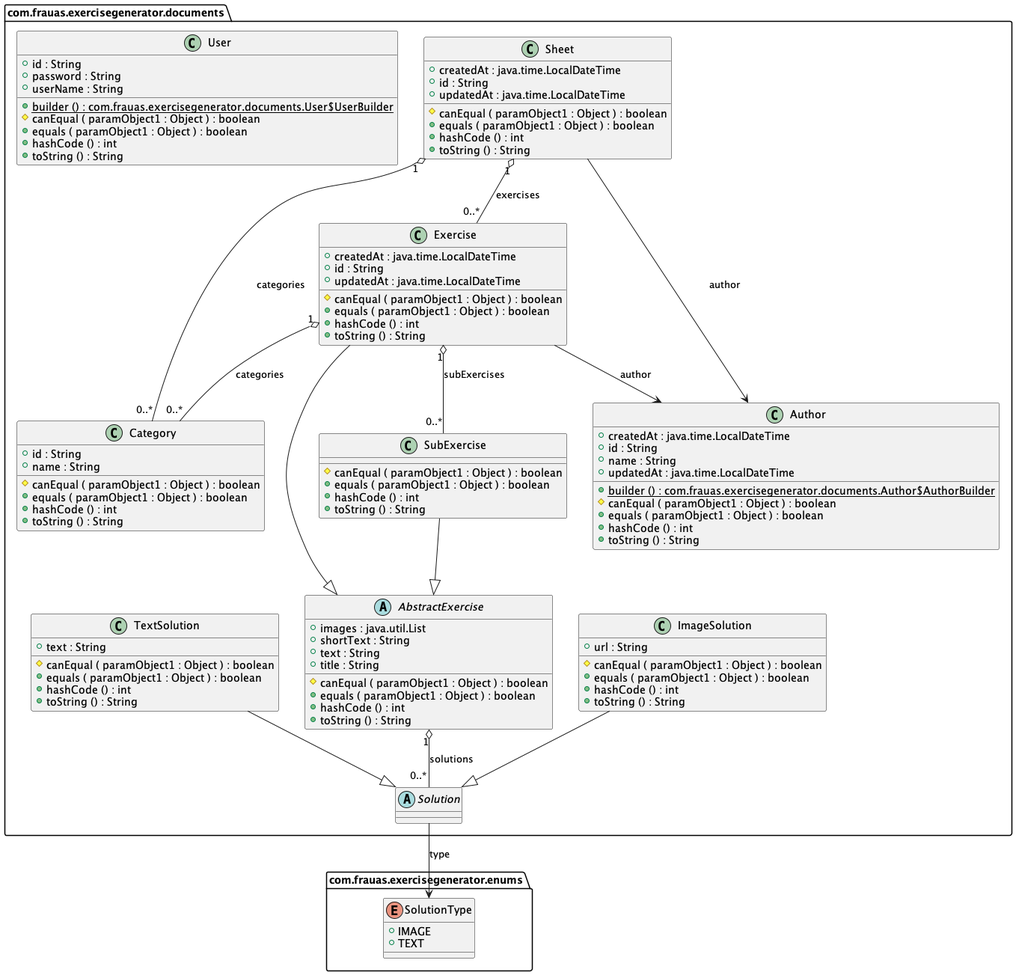
Above: doc/diagram.png in CarlaHofmann/exercise-generator-be (PlantUML), before the change.
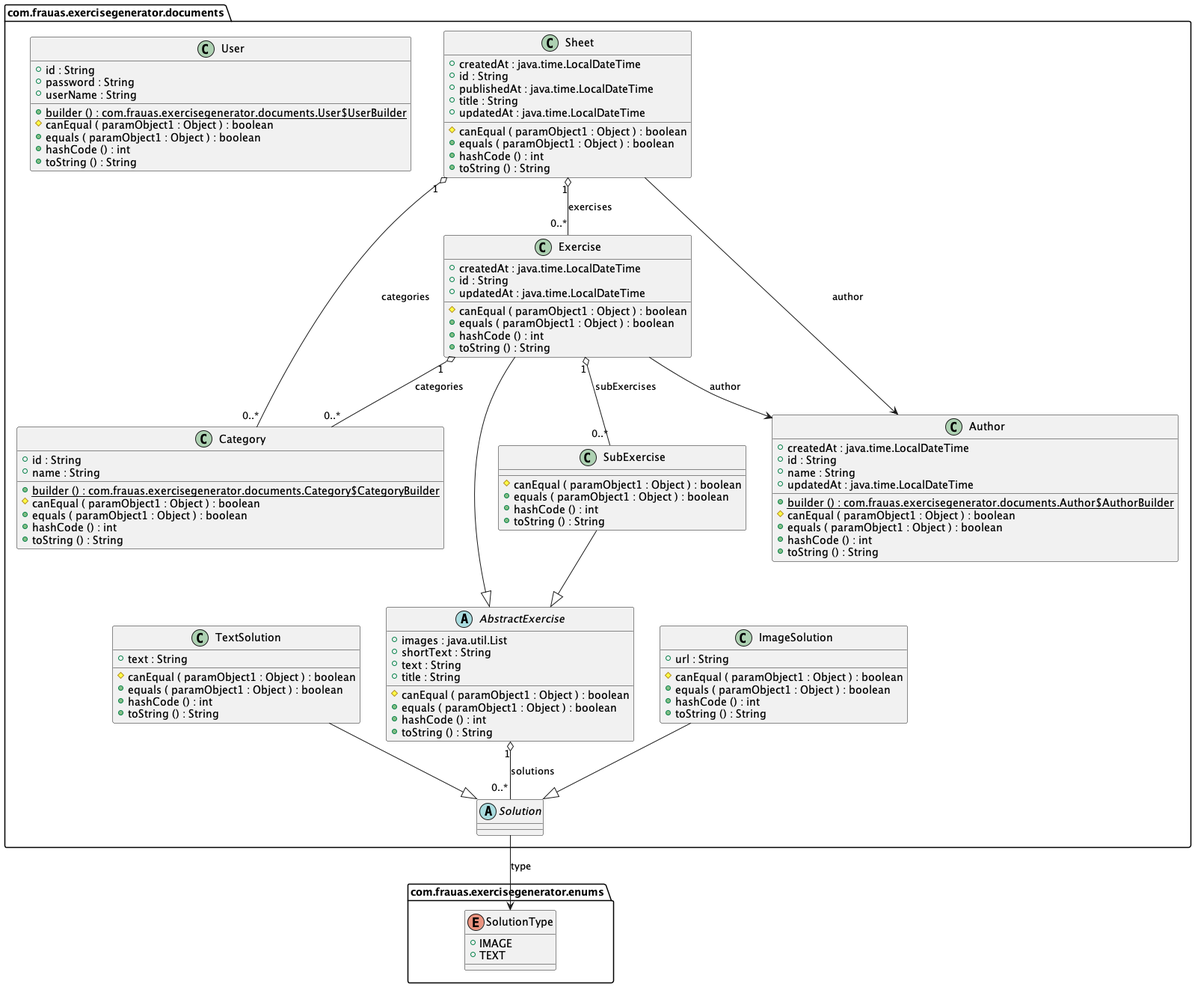
Later version of the same file.

Change to the diagram source:
```diff
@@ -28,6 +28,7 @@
 class com.frauas.exercisegenerator.documents.Category {
 	{field} +id : String
 	{field} +name : String
+	{method}  {static} +builder () : com.frauas.exercisegenerator.documents.Category$CategoryBuilder
 	{method} #canEqual ( paramObject1 : Object ) : boolean
 	{method} +equals ( paramObject1 : Object ) : boolean
 	{method} +hashCode () : int
@@ -58,6 +59,8 @@
 class com.frauas.exercisegenerator.documents.Sheet {
 	{field} +createdAt : java.time.LocalDateTime
 	{field} +id : String
+	{field} +publishedAt : java.time.LocalDateTime
+	{field} +title : String
 	{field} +updatedAt : java.time.LocalDateTime
 	{method} #canEqual ( paramObject1 : Object ) : boolean
 	{method} +equals ( paramObject1 : Object ) : boolean
```
